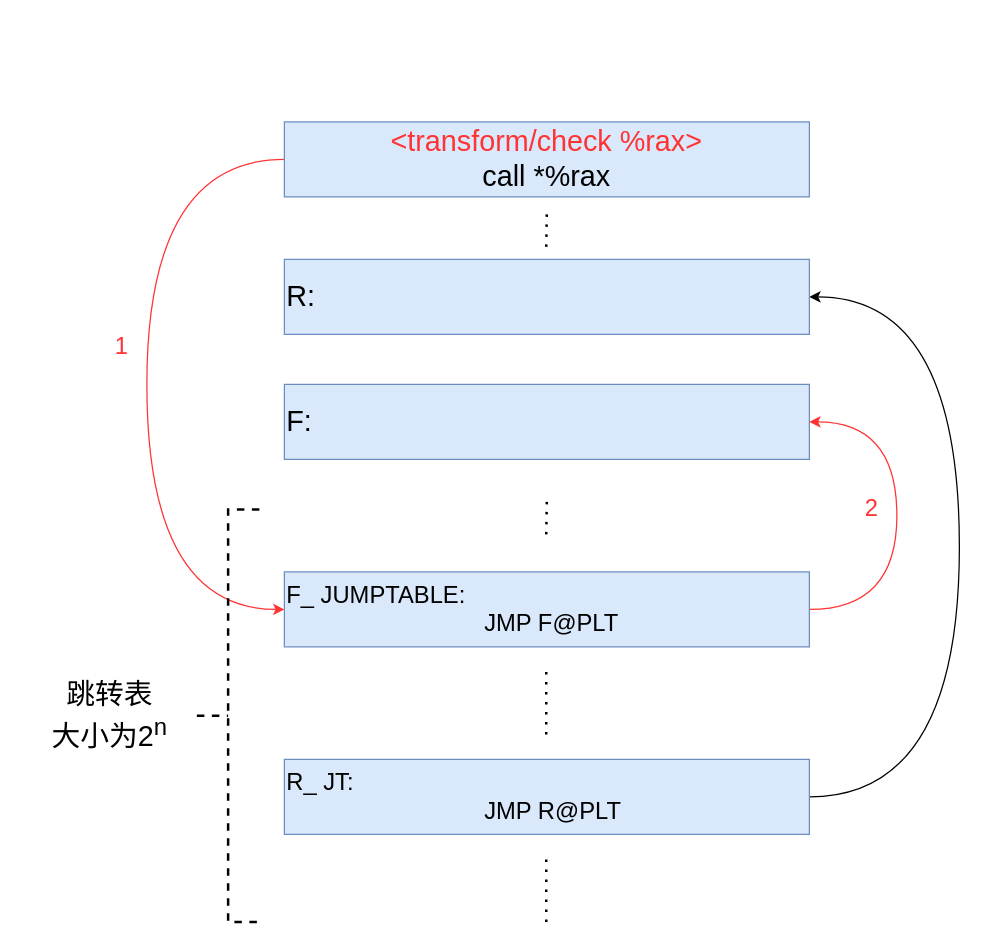
Before: Untitled Diagram6.drawio in ZKX64/Textbook-graph, a draw.io diagram. Source tidied: cells renumbered, new cells numbered last; positions are measured from the earlier drawing's top-left corner, leaving out a move shared by most shapes. Both pictures are drawn from the tidied source at 125%, with x=0, y=0 at pixel (34, 121).
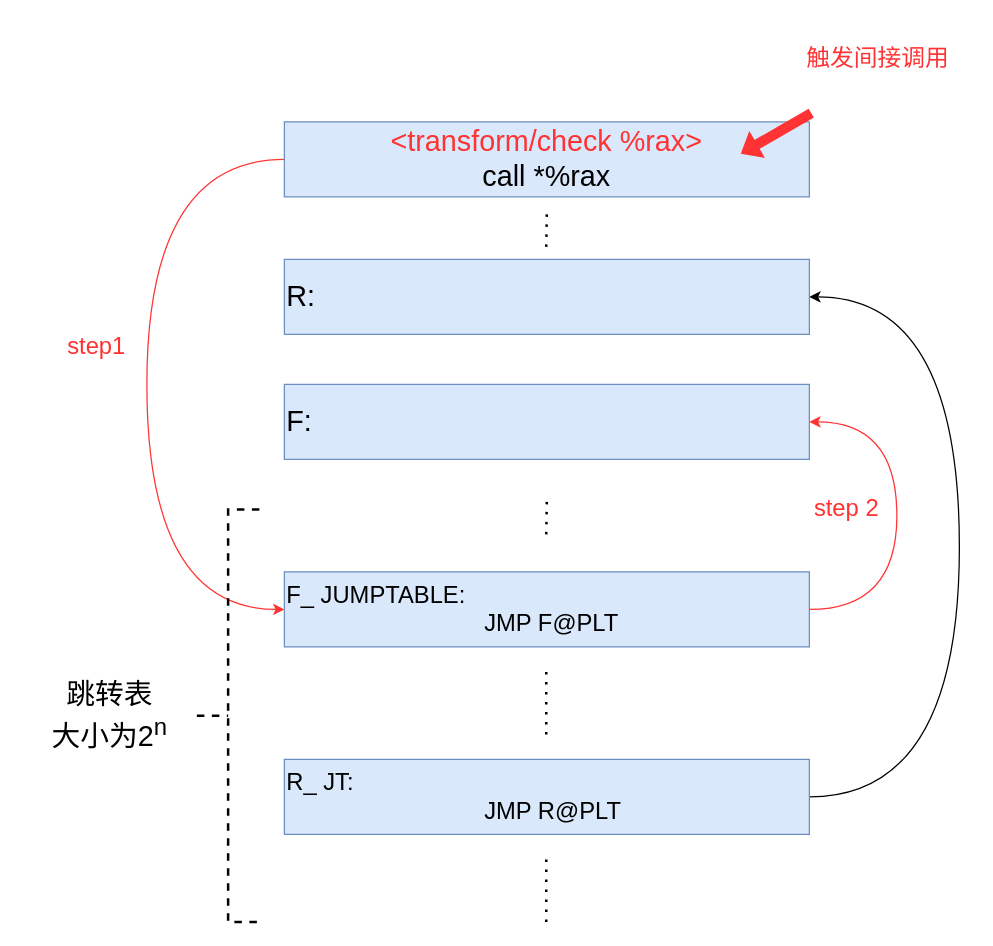
Above is the later version.

What changed in the source:
```diff
@@
-    <mxCell id="16" value="1" style="whiteSpace=wrap;html=1;dashed=1;strokeWidth=2;fontSize=19;fontColor=#FF3333;strokeColor=none;fillColor=none;" parent="1" vertex="1">
-      <mxGeometry x="10" y="150" width="120" height="60" as="geometry" />
+    <mxCell id="16" value="step1" style="whiteSpace=wrap;html=1;dashed=1;strokeWidth=2;fontSize=19;fontColor=#FF3333;strokeColor=none;fillColor=none;" parent="1" vertex="1">
+      <mxGeometry x="-10" y="150" width="120" height="60" as="geometry" />
     </mxCell>
-    <mxCell id="17" value="2" style="whiteSpace=wrap;html=1;dashed=1;strokeWidth=2;fontSize=19;fontColor=#FF3333;fillColor=none;strokeColor=none;" parent="1" vertex="1">
-      <mxGeometry x="610" y="280" width="120" height="60" as="geometry" />
+    <mxCell id="17" value="step 2" style="whiteSpace=wrap;html=1;dashed=1;strokeWidth=2;fontSize=19;fontColor=#FF3333;fillColor=none;strokeColor=none;" parent="1" vertex="1">
+      <mxGeometry x="590" y="280" width="120" height="60" as="geometry" />
     </mxCell>
+    <mxCell id="18" style="shape=singleArrow;direction=west;whiteSpace=wrap;html=1;strokeWidth=2;fontSize=19;fontColor=#FF3333;fillColor=#FF3333;rotation=-30;strokeColor=#FF3333;" parent="1" vertex="1">
+      <mxGeometry x="562.3" y="-1.2" width="62.5" height="20.7" as="geometry" />
+    </mxCell>
+    <mxCell id="19" value="触发间接调用" style="whiteSpace=wrap;html=1;strokeWidth=2;fontSize=19;fontColor=#FF3333;fillColor=none;strokeColor=none;" parent="1" vertex="1">
+      <mxGeometry x="600" y="-80" width="150" height="60" as="geometry" />
+    </mxCell>
```
